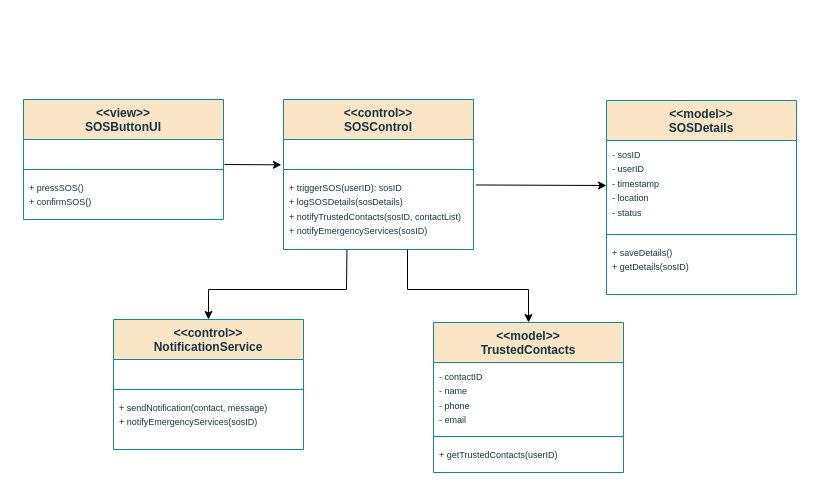
The draw.io diagram page "3. SOS Page" (3 of 3) of Untitled Diagram.drawio in TH-014/CSE_326, before the edit. Source tidied: cells renumbered, new cells numbered last; positions are measured from the earlier drawing's top-left corner, leaving out a move shared by most shapes. Both pictures are drawn from the tidied source at 100%, with x=0, y=0 at pixel (23, 99).
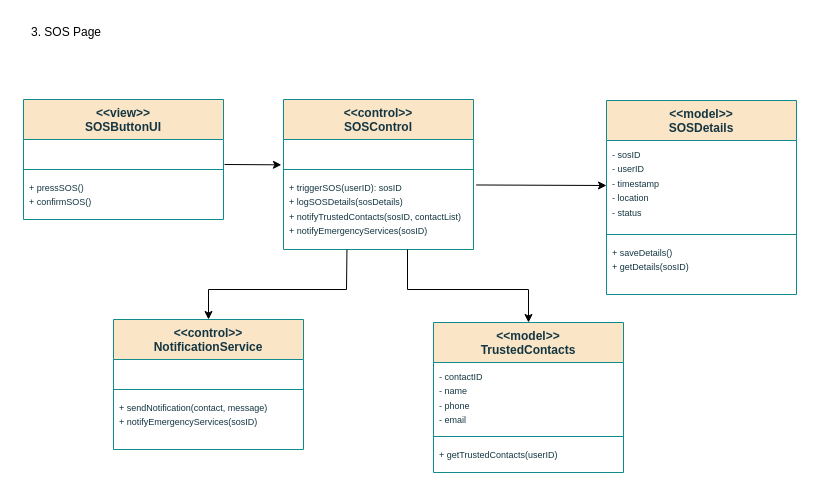
The same page after the edit.

What changed in the source:
```diff
@@
+    <mxCell id="26" value="3. SOS Page" style="text;html=1;align=center;verticalAlign=middle;whiteSpace=wrap;rounded=0;" parent="1" vertex="1">
+      <mxGeometry x="-6" y="-82" width="98" height="30" as="geometry" />
+    </mxCell>
```
